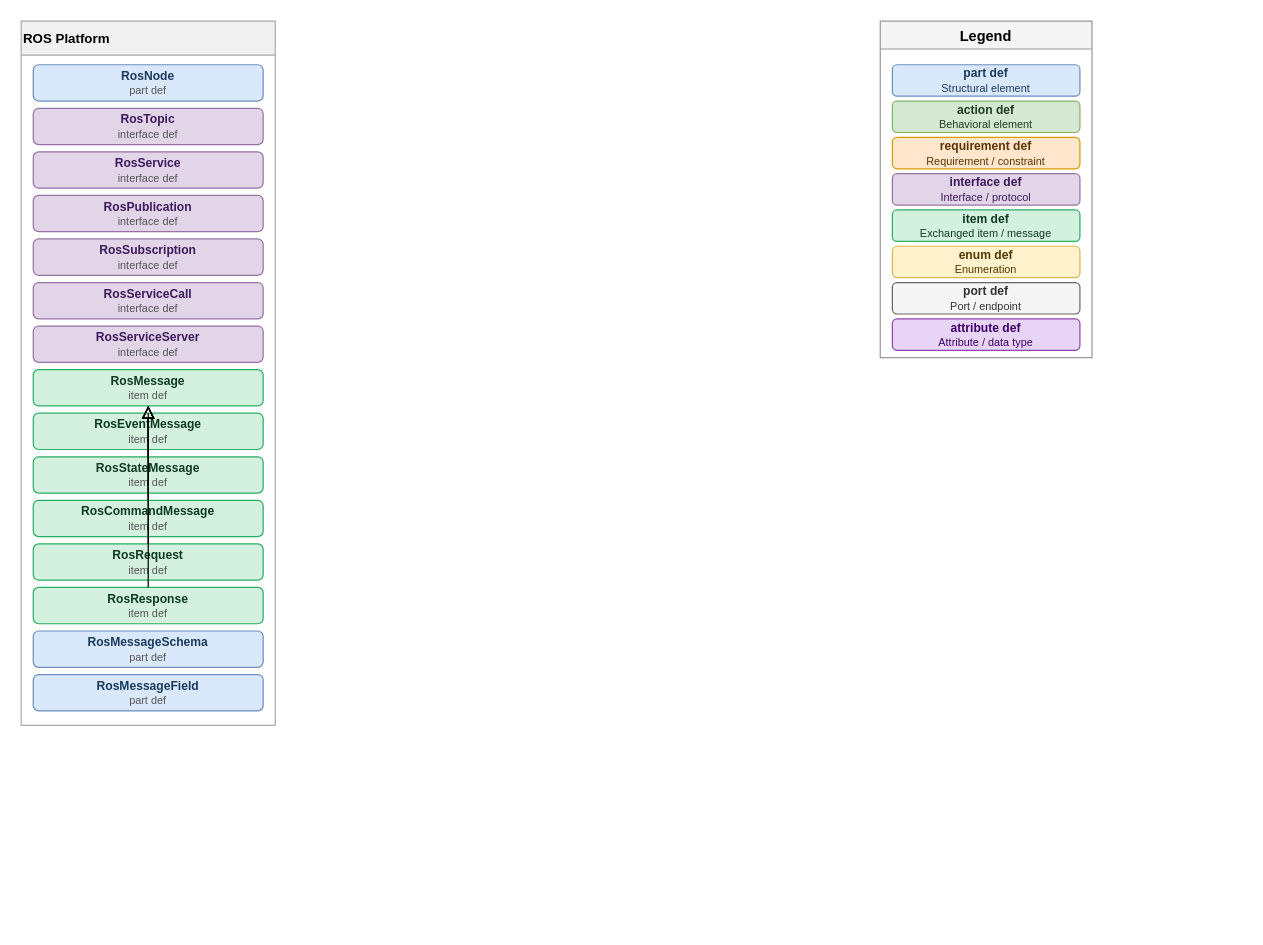
memoarchitect/memo-architect keeps this draw.io diagram as page "ontology-platform-robotics" (6 of 9) of docs/src/diagrams/ontology.drawio. Above is the earlier version. Source tidied: cells renumbered, new cells numbered last; positions are measured from the earlier drawing's top-left corner, leaving out a move shared by most shapes. Both pictures are drawn from the tidied source at 121%, with x=0, y=0 at pixel (21, 21).
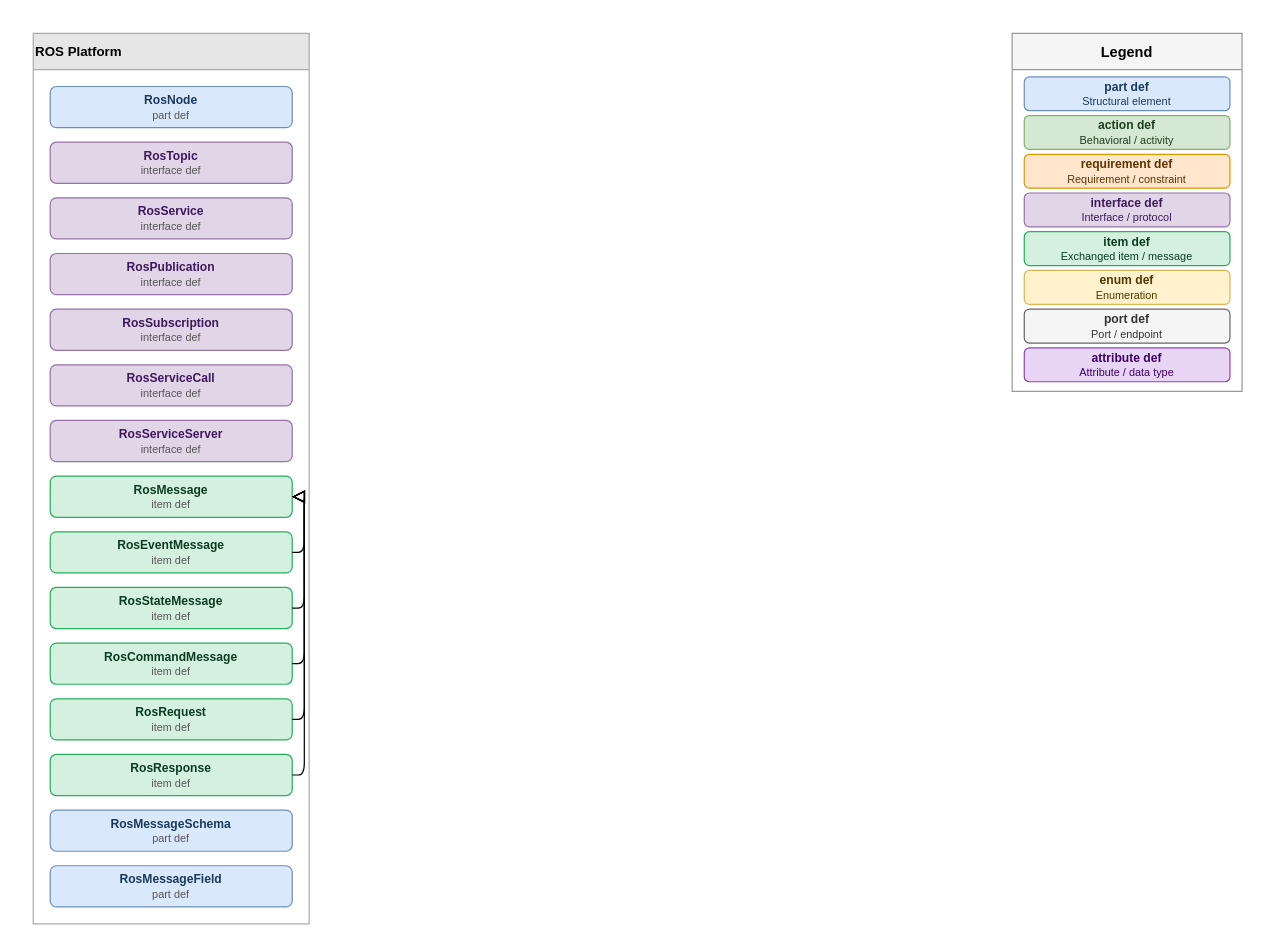
The same page after the edit.

Commit message (it also covers changes not shown here):
docs: improve ontology diagram — side-exit arrows, wider element spacing

Change to the diagram source:
```diff
@@
+    <mxCell id="32" value="ROS Platform" style="swimlane;fontStyle=1;align=left;startSize=30;fillColor=#e6e6e6;strokeColor=#aaaaaa;fontSize=11;swimlaneLine=1;" parent="1" vertex="1">
+      <mxGeometry x="10" y="10" width="228" height="736" as="geometry" />
+    </mxCell>
+    <mxCell id="33" value="&lt;b&gt;RosNode&lt;/b&gt;&lt;br/&gt;&lt;font style=&quot;font-size:9px;color:#555&quot;&gt;part def&lt;/font&gt;" style="rounded=1;whiteSpace=wrap;html=1;fillColor=#dae8fc;strokeColor=#6c8ebf;fontColor=#1a3a5c;fontSize=10;" parent="32" vertex="1">
+      <mxGeometry x="14" y="44" width="200" height="34" as="geometry" />
+    </mxCell>
+    <mxCell id="34" value="&lt;b&gt;RosTopic&lt;/b&gt;&lt;br/&gt;&lt;font style=&quot;font-size:9px;color:#555&quot;&gt;interface def&lt;/font&gt;" style="rounded=1;whiteSpace=wrap;html=1;fillColor=#e1d5e7;strokeColor=#9673a6;fontColor=#3d1a5c;fontSize=10;" parent="32" vertex="1">
+      <mxGeometry x="14" y="90" width="200" height="34" as="geometry" />
+    </mxCell>
+    <mxCell id="35" value="&lt;b&gt;RosService&lt;/b&gt;&lt;br/&gt;&lt;font style=&quot;font-size:9px;color:#555&quot;&gt;interface def&lt;/font&gt;" style="rounded=1;whiteSpace=wrap;html=1;fillColor=#e1d5e7;strokeColor=#9673a6;fontColor=#3d1a5c;fontSize=10;" parent="32" vertex="1">
+      <mxGeometry x="14" y="136" width="200" height="34" as="geometry" />
+    </mxCell>
+    <mxCell id="36" value="&lt;b&gt;RosPublication&lt;/b&gt;&lt;br/&gt;&lt;font style=&quot;font-size:9px;color:#555&quot;&gt;interface def&lt;/font&gt;" style="rounded=1;whiteSpace=wrap;html=1;fillColor=#e1d5e7;strokeColor=#9673a6;fontColor=#3d1a5c;fontSize=10;" parent="32" vertex="1">
+      <mxGeometry x="14" y="182" width="200" height="34" as="geometry" />
+    </mxCell>
-    <mxCell id="2" value="ROS Platform" style="swimlane;fontStyle=1;align=left;startSize=28;fillColor=#f0f0f0;strokeColor=#aaaaaa;fontSize=11;" parent="1" vertex="1">
-      <mxGeometry width="210" height="582" as="geometry" />
+    <mxCell id="2" value="&lt;b&gt;RosSubscription&lt;/b&gt;&lt;br/&gt;&lt;font style=&quot;font-size:9px;color:#555&quot;&gt;interface def&lt;/font&gt;" style="rounded=1;whiteSpace=wrap;html=1;fillColor=#e1d5e7;strokeColor=#9673a6;fontColor=#3d1a5c;fontSize=10;" parent="32" vertex="1">
+      <mxGeometry x="14" y="228" width="200" height="34" as="geometry" />
     </mxCell>
-    <mxCell id="3" value="&lt;b&gt;RosNode&lt;/b&gt;&lt;br/&gt;&lt;font style=&quot;font-size:9px;color:#555&quot;&gt;part def&lt;/font&gt;" style="rounded=1;whiteSpace=wrap;html=1;fillColor=#dae8fc;strokeColor=#6c8ebf;fontColor=#1a3a5c;fontSize=10;" parent="2" vertex="1">
-      <mxGeometry x="10" y="36" width="190" height="30" as="geometry" />
+    <mxCell id="3" value="&lt;b&gt;RosServiceCall&lt;/b&gt;&lt;br/&gt;&lt;font style=&quot;font-size:9px;color:#555&quot;&gt;interface def&lt;/font&gt;" style="rounded=1;whiteSpace=wrap;html=1;fillColor=#e1d5e7;strokeColor=#9673a6;fontColor=#3d1a5c;fontSize=10;" parent="32" vertex="1">
+      <mxGeometry x="14" y="274" width="200" height="34" as="geometry" />
     </mxCell>
-    <mxCell id="4" value="&lt;b&gt;RosTopic&lt;/b&gt;&lt;br/&gt;&lt;font style=&quot;font-size:9px;color:#555&quot;&gt;interface def&lt;/font&gt;" style="rounded=1;whiteSpace=wrap;html=1;fillColor=#e1d5e7;strokeColor=#9673a6;fontColor=#3d1a5c;fontSize=10;" parent="2" vertex="1">
-      <mxGeometry x="10" y="72" width="190" height="30" as="geometry" />
+    <mxCell id="4" value="&lt;b&gt;RosServiceServer&lt;/b&gt;&lt;br/&gt;&lt;font style=&quot;font-size:9px;color:#555&quot;&gt;interface def&lt;/font&gt;" style="rounded=1;whiteSpace=wrap;html=1;fillColor=#e1d5e7;strokeColor=#9673a6;fontColor=#3d1a5c;fontSize=10;" parent="32" vertex="1">
+      <mxGeometry x="14" y="320" width="200" height="34" as="geometry" />
     </mxCell>
-    <mxCell id="5" value="&lt;b&gt;RosService&lt;/b&gt;&lt;br/&gt;&lt;font style=&quot;font-size:9px;color:#555&quot;&gt;interface def&lt;/font&gt;" style="rounded=1;whiteSpace=wrap;html=1;fillColor=#e1d5e7;strokeColor=#9673a6;fontColor=#3d1a5c;fontSize=10;" parent="2" vertex="1">
-      <mxGeometry x="10" y="108" width="190" height="30" as="geometry" />
+    <mxCell id="5" value="&lt;b&gt;RosMessage&lt;/b&gt;&lt;br/&gt;&lt;font style=&quot;font-size:9px;color:#555&quot;&gt;item def&lt;/font&gt;" style="rounded=1;whiteSpace=wrap;html=1;fillColor=#d4f1df;strokeColor=#27ae60;fontColor=#0d3b20;fontSize=10;" parent="32" vertex="1">
+      <mxGeometry x="14" y="366" width="200" height="34" as="geometry" />
     </mxCell>
-    <mxCell id="6" value="&lt;b&gt;RosPublication&lt;/b&gt;&lt;br/&gt;&lt;font style=&quot;font-size:9px;color:#555&quot;&gt;interface def&lt;/font&gt;" style="rounded=1;whiteSpace=wrap;html=1;fillColor=#e1d5e7;strokeColor=#9673a6;fontColor=#3d1a5c;fontSize=10;" parent="2" vertex="1">
-      <mxGeometry x="10" y="144" width="190" height="30" as="geometry" />
+    <mxCell id="6" value="&lt;b&gt;RosEventMessage&lt;/b&gt;&lt;br/&gt;&lt;font style=&quot;font-size:9px;color:#555&quot;&gt;item def&lt;/font&gt;" style="rounded=1;whiteSpace=wrap;html=1;fillColor=#d4f1df;strokeColor=#27ae60;fontColor=#0d3b20;fontSize=10;" parent="32" vertex="1">
+      <mxGeometry x="14" y="412" width="200" height="34" as="geometry" />
     </mxCell>
-    <mxCell id="7" value="&lt;b&gt;RosSubscription&lt;/b&gt;&lt;br/&gt;&lt;font style=&quot;font-size:9px;color:#555&quot;&gt;interface def&lt;/font&gt;" style="rounded=1;whiteSpace=wrap;html=1;fillColor=#e1d5e7;strokeColor=#9673a6;fontColor=#3d1a5c;fontSize=10;" parent="2" vertex="1">
-      <mxGeometry x="10" y="180" width="190" height="30" as="geometry" />
+    <mxCell id="7" value="&lt;b&gt;RosStateMessage&lt;/b&gt;&lt;br/&gt;&lt;font style=&quot;font-size:9px;color:#555&quot;&gt;item def&lt;/font&gt;" style="rounded=1;whiteSpace=wrap;html=1;fillColor=#d4f1df;strokeColor=#27ae60;fontColor=#0d3b20;fontSize=10;" parent="32" vertex="1">
+      <mxGeometry x="14" y="458" width="200" height="34" as="geometry" />
     </mxCell>
-    <mxCell id="8" value="&lt;b&gt;RosServiceCall&lt;/b&gt;&lt;br/&gt;&lt;font style=&quot;font-size:9px;color:#555&quot;&gt;interface def&lt;/font&gt;" style="rounded=1;whiteSpace=wrap;html=1;fillColor=#e1d5e7;strokeColor=#9673a6;fontColor=#3d1a5c;fontSize=10;" parent="2" vertex="1">
-      <mxGeometry x="10" y="216" width="190" height="30" as="geometry" />
+    <mxCell id="8" value="&lt;b&gt;RosCommandMessage&lt;/b&gt;&lt;br/&gt;&lt;font style=&quot;font-size:9px;color:#555&quot;&gt;item def&lt;/font&gt;" style="rounded=1;whiteSpace=wrap;html=1;fillColor=#d4f1df;strokeColor=#27ae60;fontColor=#0d3b20;fontSize=10;" parent="32" vertex="1">
+      <mxGeometry x="14" y="504" width="200" height="34" as="geometry" />
     </mxCell>
-    <mxCell id="9" value="&lt;b&gt;RosServiceServer&lt;/b&gt;&lt;br/&gt;&lt;font style=&quot;font-size:9px;color:#555&quot;&gt;interface def&lt;/font&gt;" style="rounded=1;whiteSpace=wrap;html=1;fillColor=#e1d5e7;strokeColor=#9673a6;fontColor=#3d1a5c;fontSize=10;" parent="2" vertex="1">
-      <mxGeometry x="10" y="252" width="190" height="30" as="geometry" />
+    <mxCell id="9" value="&lt;b&gt;RosRequest&lt;/b&gt;&lt;br/&gt;&lt;font style=&quot;font-size:9px;color:#555&quot;&gt;item def&lt;/font&gt;" style="rounded=1;whiteSpace=wrap;html=1;fillColor=#d4f1df;strokeColor=#27ae60;fontColor=#0d3b20;fontSize=10;" parent="32" vertex="1">
+      <mxGeometry x="14" y="550" width="200" height="34" as="geometry" />
     </mxCell>
-    <mxCell id="10" value="&lt;b&gt;RosMessage&lt;/b&gt;&lt;br/&gt;&lt;font style=&quot;font-size:9px;color:#555&quot;&gt;item def&lt;/font&gt;" style="rounded=1;whiteSpace=wrap;html=1;fillColor=#d4f1df;strokeColor=#27ae60;fontColor=#0d3b20;fontSize=10;" parent="2" vertex="1">
-      <mxGeometry x="10" y="288" width="190" height="30" as="geometry" />
+    <mxCell id="10" value="&lt;b&gt;RosResponse&lt;/b&gt;&lt;br/&gt;&lt;font style=&quot;font-size:9px;color:#555&quot;&gt;item def&lt;/font&gt;" style="rounded=1;whiteSpace=wrap;html=1;fillColor=#d4f1df;strokeColor=#27ae60;fontColor=#0d3b20;fontSize=10;" parent="32" vertex="1">
+      <mxGeometry x="14" y="596" width="200" height="34" as="geometry" />
     </mxCell>
-    <mxCell id="11" value="&lt;b&gt;RosEventMessage&lt;/b&gt;&lt;br/&gt;&lt;font style=&quot;font-size:9px;color:#555&quot;&gt;item def&lt;/font&gt;" style="rounded=1;whiteSpace=wrap;html=1;fillColor=#d4f1df;strokeColor=#27ae60;fontColor=#0d3b20;fontSize=10;" parent="2" vertex="1">
-      <mxGeometry x="10" y="324" width="190" height="30" as="geometry" />
+    <mxCell id="11" value="&lt;b&gt;RosMessageSchema&lt;/b&gt;&lt;br/&gt;&lt;font style=&quot;font-size:9px;color:#555&quot;&gt;part def&lt;/font&gt;" style="rounded=1;whiteSpace=wrap;html=1;fillColor=#dae8fc;strokeColor=#6c8ebf;fontColor=#1a3a5c;fontSize=10;" parent="32" vertex="1">
+      <mxGeometry x="14" y="642" width="200" height="34" as="geometry" />
     </mxCell>
-    <mxCell id="12" value="&lt;b&gt;RosStateMessage&lt;/b&gt;&lt;br/&gt;&lt;font style=&quot;font-size:9px;color:#555&quot;&gt;item def&lt;/font&gt;" style="rounded=1;whiteSpace=wrap;html=1;fillColor=#d4f1df;strokeColor=#27ae60;fontColor=#0d3b20;fontSize=10;" parent="2" vertex="1">
-      <mxGeometry x="10" y="360" width="190" height="30" as="geometry" />
+    <mxCell id="12" value="&lt;b&gt;RosMessageField&lt;/b&gt;&lt;br/&gt;&lt;font style=&quot;font-size:9px;color:#555&quot;&gt;part def&lt;/font&gt;" style="rounded=1;whiteSpace=wrap;html=1;fillColor=#dae8fc;strokeColor=#6c8ebf;fontColor=#1a3a5c;fontSize=10;" parent="32" vertex="1">
+      <mxGeometry x="14" y="688" width="200" height="34" as="geometry" />
     </mxCell>
-    <mxCell id="13" value="&lt;b&gt;RosCommandMessage&lt;/b&gt;&lt;br/&gt;&lt;font style=&quot;font-size:9px;color:#555&quot;&gt;item def&lt;/font&gt;" style="rounded=1;whiteSpace=wrap;html=1;fillColor=#d4f1df;strokeColor=#27ae60;fontColor=#0d3b20;fontSize=10;" parent="2" vertex="1">
-      <mxGeometry x="10" y="396" width="190" height="30" as="geometry" />
+    <mxCell id="13" style="endArrow=block;endFill=0;endSize=8;html=1;edgeStyle=orthogonalEdgeStyle;rounded=1;exitX=1;exitY=0.5;exitDx=0;exitDy=0;entryX=1;entryY=0.5;entryDx=0;entryDy=0;" parent="1" edge="1" source="6" target="5">
+      <mxGeometry relative="1" as="geometry" />
     </mxCell>
-    <mxCell id="14" value="&lt;b&gt;RosRequest&lt;/b&gt;&lt;br/&gt;&lt;font style=&quot;font-size:9px;color:#555&quot;&gt;item def&lt;/font&gt;" style="rounded=1;whiteSpace=wrap;html=1;fillColor=#d4f1df;strokeColor=#27ae60;fontColor=#0d3b20;fontSize=10;" parent="2" vertex="1">
-      <mxGeometry x="10" y="432" width="190" height="30" as="geometry" />
+    <mxCell id="14" style="endArrow=block;endFill=0;endSize=8;html=1;edgeStyle=orthogonalEdgeStyle;rounded=1;exitX=1;exitY=0.5;exitDx=0;exitDy=0;entryX=1;entryY=0.5;entryDx=0;entryDy=0;" parent="1" edge="1" source="7" target="5">
+      <mxGeometry relative="1" as="geometry" />
     </mxCell>
-    <mxCell id="15" value="&lt;b&gt;RosResponse&lt;/b&gt;&lt;br/&gt;&lt;font style=&quot;font-size:9px;color:#555&quot;&gt;item def&lt;/font&gt;" style="rounded=1;whiteSpace=wrap;html=1;fillColor=#d4f1df;strokeColor=#27ae60;fontColor=#0d3b20;fontSize=10;" parent="2" vertex="1">
-      <mxGeometry x="10" y="468" width="190" height="30" as="geometry" />
+    <mxCell id="15" style="endArrow=block;endFill=0;endSize=8;html=1;edgeStyle=orthogonalEdgeStyle;rounded=1;exitX=1;exitY=0.5;exitDx=0;exitDy=0;entryX=1;entryY=0.5;entryDx=0;entryDy=0;" parent="1" edge="1" source="8" target="5">
+      <mxGeometry relative="1" as="geometry" />
     </mxCell>
-    <mxCell id="16" value="&lt;b&gt;RosMessageSchema&lt;/b&gt;&lt;br/&gt;&lt;font style=&quot;font-size:9px;color:#555&quot;&gt;part def&lt;/font&gt;" style="rounded=1;whiteSpace=wrap;html=1;fillColor=#dae8fc;strokeColor=#6c8ebf;fontColor=#1a3a5c;fontSize=10;" parent="2" vertex="1">
-      <mxGeometry x="10" y="504" width="190" height="30" as="geometry" />
+    <mxCell id="16" style="endArrow=block;endFill=0;endSize=8;html=1;edgeStyle=orthogonalEdgeStyle;rounded=1;exitX=1;exitY=0.5;exitDx=0;exitDy=0;entryX=1;entryY=0.5;entryDx=0;entryDy=0;" parent="1" edge="1" source="9" target="5">
+      <mxGeometry relative="1" as="geometry" />
     </mxCell>
-    <mxCell id="17" value="&lt;b&gt;RosMessageField&lt;/b&gt;&lt;br/&gt;&lt;font style=&quot;font-size:9px;color:#555&quot;&gt;part def&lt;/font&gt;" style="rounded=1;whiteSpace=wrap;html=1;fillColor=#dae8fc;strokeColor=#6c8ebf;fontColor=#1a3a5c;fontSize=10;" parent="2" vertex="1">
-      <mxGeometry x="10" y="540" width="190" height="30" as="geometry" />
+    <mxCell id="17" style="endArrow=block;endFill=0;endSize=8;html=1;edgeStyle=orthogonalEdgeStyle;rounded=1;exitX=1;exitY=0.5;exitDx=0;exitDy=0;entryX=1;entryY=0.5;entryDx=0;entryDy=0;" parent="1" edge="1" source="10" target="5">
+      <mxGeometry relative="1" as="geometry" />
     </mxCell>
-    <mxCell id="18" style="endArrow=block;endFill=0;endSize=8;html=1;edgeStyle=orthogonalEdgeStyle;exitX=0.5;exitY=0;exitDx=0;exitDy=0;entryX=0.5;entryY=1;entryDx=0;entryDy=0;" parent="1" edge="1" source="11" target="10">
-      <mxGeometry relative="1" as="geometry" />
+    <mxCell id="18" value="Legend" style="swimlane;fontStyle=1;align=center;startSize=30;fillColor=#f5f5f5;strokeColor=#999999;fontSize=12;" parent="1" vertex="1">
+      <mxGeometry x="819" y="10" width="190" height="296" as="geometry" />
     </mxCell>
-    <mxCell id="19" style="endArrow=block;endFill=0;endSize=8;html=1;edgeStyle=orthogonalEdgeStyle;exitX=0.5;exitY=0;exitDx=0;exitDy=0;entryX=0.5;entryY=1;entryDx=0;entryDy=0;" parent="1" edge="1" source="12" target="10">
-      <mxGeometry relative="1" as="geometry" />
+    <mxCell id="19" value="&lt;b&gt;part def&lt;/b&gt;&lt;br/&gt;&lt;font style=&quot;font-size:9px&quot;&gt;Structural element&lt;/font&gt;" style="rounded=1;whiteSpace=wrap;html=1;fillColor=#dae8fc;strokeColor=#6c8ebf;fontColor=#1a3a5c;fontSize=10;" parent="18" vertex="1">
+      <mxGeometry x="10" y="36" width="170" height="28" as="geometry" />
     </mxCell>
-    <mxCell id="20" style="endArrow=block;endFill=0;endSize=8;html=1;edgeStyle=orthogonalEdgeStyle;exitX=0.5;exitY=0;exitDx=0;exitDy=0;entryX=0.5;entryY=1;entryDx=0;entryDy=0;" parent="1" edge="1" source="13" target="10">
-      <mxGeometry relative="1" as="geometry" />
+    <mxCell id="20" value="&lt;b&gt;action def&lt;/b&gt;&lt;br/&gt;&lt;font style=&quot;font-size:9px&quot;&gt;Behavioral / activity&lt;/font&gt;" style="rounded=1;whiteSpace=wrap;html=1;fillColor=#d5e8d4;strokeColor=#82b366;fontColor=#1e3d1e;fontSize=10;" parent="18" vertex="1">
+      <mxGeometry x="10" y="68" width="170" height="28" as="geometry" />
     </mxCell>
-    <mxCell id="21" style="endArrow=block;endFill=0;endSize=8;html=1;edgeStyle=orthogonalEdgeStyle;exitX=0.5;exitY=0;exitDx=0;exitDy=0;entryX=0.5;entryY=1;entryDx=0;entryDy=0;" parent="1" edge="1" source="14" target="10">
-      <mxGeometry relative="1" as="geometry" />
+    <mxCell id="21" value="&lt;b&gt;requirement def&lt;/b&gt;&lt;br/&gt;&lt;font style=&quot;font-size:9px&quot;&gt;Requirement / constraint&lt;/font&gt;" style="rounded=1;whiteSpace=wrap;html=1;fillColor=#ffe6cc;strokeColor=#d79b00;fontColor=#5c3300;fontSize=10;" parent="18" vertex="1">
+      <mxGeometry x="10" y="100" width="170" height="28" as="geometry" />
     </mxCell>
-    <mxCell id="22" style="endArrow=block;endFill=0;endSize=8;html=1;edgeStyle=orthogonalEdgeStyle;exitX=0.5;exitY=0;exitDx=0;exitDy=0;entryX=0.5;entryY=1;entryDx=0;entryDy=0;" parent="1" edge="1" source="15" target="10">
-      <mxGeometry relative="1" as="geometry" />
+    <mxCell id="22" value="&lt;b&gt;interface def&lt;/b&gt;&lt;br/&gt;&lt;font style=&quot;font-size:9px&quot;&gt;Interface / protocol&lt;/font&gt;" style="rounded=1;whiteSpace=wrap;html=1;fillColor=#e1d5e7;strokeColor=#9673a6;fontColor=#3d1a5c;fontSize=10;" parent="18" vertex="1">
+      <mxGeometry x="10" y="132" width="170" height="28" as="geometry" />
     </mxCell>
-    <mxCell id="23" value="Legend" style="swimlane;fontStyle=1;fillColor=#f5f5f5;strokeColor=#999999;" parent="1" vertex="1">
-      <mxGeometry x="710" width="175" height="278" as="geometry" />
+    <mxCell id="23" value="&lt;b&gt;item def&lt;/b&gt;&lt;br/&gt;&lt;font style=&quot;font-size:9px&quot;&gt;Exchanged item / message&lt;/font&gt;" style="rounded=1;whiteSpace=wrap;html=1;fillColor=#d4f1df;strokeColor=#27ae60;fontColor=#0d3b20;fontSize=10;" parent="18" vertex="1">
+      <mxGeometry x="10" y="164" width="170" height="28" as="geometry" />
     </mxCell>
-    <mxCell id="24" value="&lt;b&gt;part def&lt;/b&gt;&lt;br/&gt;&lt;font style=&quot;font-size:9px&quot;&gt;Structural element&lt;/font&gt;" style="rounded=1;whiteSpace=wrap;html=1;fillColor=#dae8fc;strokeColor=#6c8ebf;fontColor=#1a3a5c;fontSize=10;" parent="23" vertex="1">
-      <mxGeometry x="10" y="36" width="155" height="26" as="geometry" />
+    <mxCell id="24" value="&lt;b&gt;enum def&lt;/b&gt;&lt;br/&gt;&lt;font style=&quot;font-size:9px&quot;&gt;Enumeration&lt;/font&gt;" style="rounded=1;whiteSpace=wrap;html=1;fillColor=#fff2cc;strokeColor=#d6b656;fontColor=#4d3800;fontSize=10;" parent="18" vertex="1">
+      <mxGeometry x="10" y="196" width="170" height="28" as="geometry" />
     </mxCell>
-    <mxCell id="25" value="&lt;b&gt;action def&lt;/b&gt;&lt;br/&gt;&lt;font style=&quot;font-size:9px&quot;&gt;Behavioral element&lt;/font&gt;" style="rounded=1;whiteSpace=wrap;html=1;fillColor=#d5e8d4;strokeColor=#82b366;fontColor=#1e3d1e;fontSize=10;" parent="23" vertex="1">
-      <mxGeometry x="10" y="66" width="155" height="26" as="geometry" />
+    <mxCell id="25" value="&lt;b&gt;port def&lt;/b&gt;&lt;br/&gt;&lt;font style=&quot;font-size:9px&quot;&gt;Port / endpoint&lt;/font&gt;" style="rounded=1;whiteSpace=wrap;html=1;fillColor=#f5f5f5;strokeColor=#666666;fontColor=#333333;fontSize=10;" parent="18" vertex="1">
+      <mxGeometry x="10" y="228" width="170" height="28" as="geometry" />
     </mxCell>
-    <mxCell id="26" value="&lt;b&gt;requirement def&lt;/b&gt;&lt;br/&gt;&lt;font style=&quot;font-size:9px&quot;&gt;Requirement / constraint&lt;/font&gt;" style="rounded=1;whiteSpace=wrap;html=1;fillColor=#ffe6cc;strokeColor=#d79b00;fontColor=#5c3300;fontSize=10;" parent="23" vertex="1">
-      <mxGeometry x="10" y="96" width="155" height="26" as="geometry" />
+    <mxCell id="26" value="&lt;b&gt;attribute def&lt;/b&gt;&lt;br/&gt;&lt;font style=&quot;font-size:9px&quot;&gt;Attribute / data type&lt;/font&gt;" style="rounded=1;whiteSpace=wrap;html=1;fillColor=#e8d5f5;strokeColor=#8e44ad;fontColor=#3d0066;fontSize=10;" parent="18" vertex="1">
+      <mxGeometry x="10" y="260" width="170" height="28" as="geometry" />
     </mxCell>
-    <mxCell id="27" value="&lt;b&gt;interface def&lt;/b&gt;&lt;br/&gt;&lt;font style=&quot;font-size:9px&quot;&gt;Interface / protocol&lt;/font&gt;" style="rounded=1;whiteSpace=wrap;html=1;fillColor=#e1d5e7;strokeColor=#9673a6;fontColor=#3d1a5c;fontSize=10;" parent="23" vertex="1">
-      <mxGeometry x="10" y="126" width="155" height="26" as="geometry" />
-    </mxCell>
-    <mxCell id="28" value="&lt;b&gt;item def&lt;/b&gt;&lt;br/&gt;&lt;font style=&quot;font-size:9px&quot;&gt;Exchanged item / message&lt;/font&gt;" style="rounded=1;whiteSpace=wrap;html=1;fillColor=#d4f1df;strokeColor=#27ae60;fontColor=#0d3b20;fontSize=10;" parent="23" vertex="1">
-      <mxGeometry x="10" y="156" width="155" height="26" as="geometry" />
-    </mxCell>
-    <mxCell id="29" value="&lt;b&gt;enum def&lt;/b&gt;&lt;br/&gt;&lt;font style=&quot;font-size:9px&quot;&gt;Enumeration&lt;/font&gt;" style="rounded=1;whiteSpace=wrap;html=1;fillColor=#fff2cc;strokeColor=#d6b656;fontColor=#4d3800;fontSize=10;" parent="23" vertex="1">
-      <mxGeometry x="10" y="186" width="155" height="26" as="geometry" />
-    </mxCell>
-    <mxCell id="30" value="&lt;b&gt;port def&lt;/b&gt;&lt;br/&gt;&lt;font style=&quot;font-size:9px&quot;&gt;Port / endpoint&lt;/font&gt;" style="rounded=1;whiteSpace=wrap;html=1;fillColor=#f5f5f5;strokeColor=#666666;fontColor=#333333;fontSize=10;" parent="23" vertex="1">
-      <mxGeometry x="10" y="216" width="155" height="26" as="geometry" />
-    </mxCell>
-    <mxCell id="31" value="&lt;b&gt;attribute def&lt;/b&gt;&lt;br/&gt;&lt;font style=&quot;font-size:9px&quot;&gt;Attribute / data type&lt;/font&gt;" style="rounded=1;whiteSpace=wrap;html=1;fillColor=#e8d5f5;strokeColor=#8e44ad;fontColor=#3d0066;fontSize=10;" parent="23" vertex="1">
-      <mxGeometry x="10" y="246" width="155" height="26" as="geometry" />
-    </mxCell>
```
